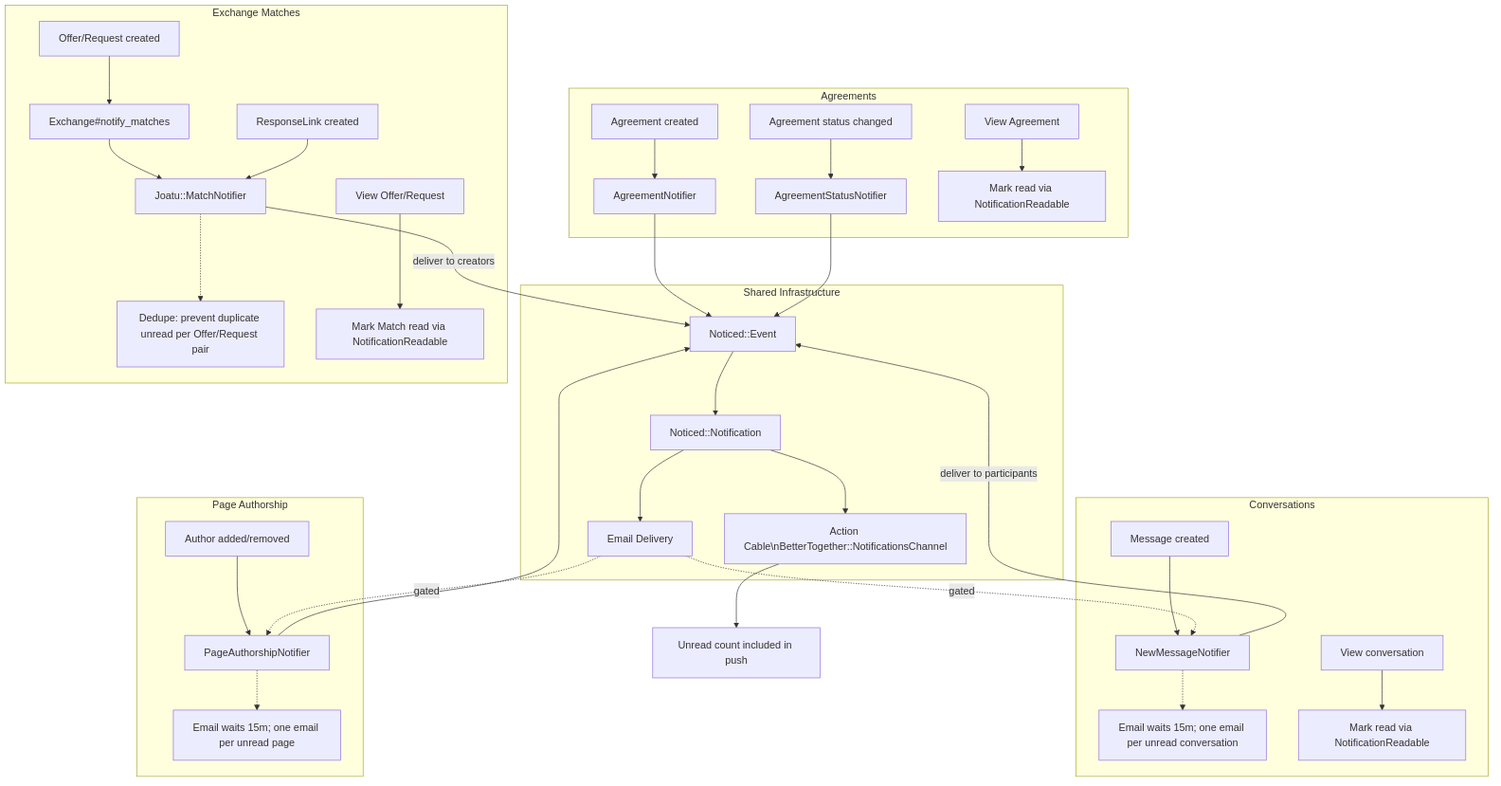
Before: docs/notifications_flow.png, a diagram exported from Mermaid (better-together-org/community-engine-rails). Its source is kept beside it as docs/notifications_flow.mmd.
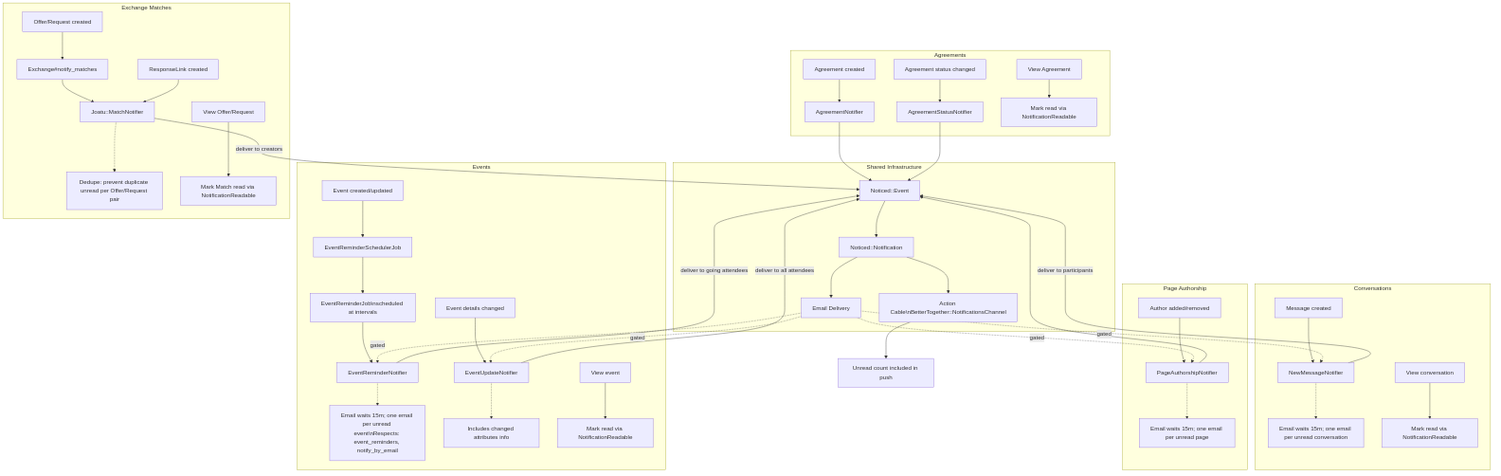
Later version of the same file.

Commit message:
feat: Enhance event and notification systems with comprehensive reminder workflows and documentation

What changed in the source:
```diff
@@ -12,6 +12,20 @@
     EM -. gated .-> NMN
     NMN -.-> NMN_NOTE[Email waits 15m; one email per unread conversation]
     MREAD[View conversation] --> MR[Mark read via NotificationReadable]
+  end
+
+  subgraph EVT[Events]
+    E1[Event created/updated] --> ERS[EventReminderSchedulerJob]
+    ERS --> ERJ[EventReminderJob\nscheduled at intervals]
+    ERJ --> ERN[EventReminderNotifier]
+    E2[Event details changed] --> EUN[EventUpdateNotifier]
+    ERN -->|deliver to going attendees| EV
+    EUN -->|deliver to all attendees| EV
+    EM -. gated .-> ERN
+    EM -. gated .-> EUN
+    ERN -.-> ERN_NOTE[Email waits 15m; one email per unread event\nRespects: event_reminders, notify_by_email]
+    EUN -.-> EUN_NOTE[Includes changed attributes info]
+    EREAD[View event] --> ER[Mark read via NotificationReadable]
   end
 
   subgraph MAT[Exchange Matches]
```
